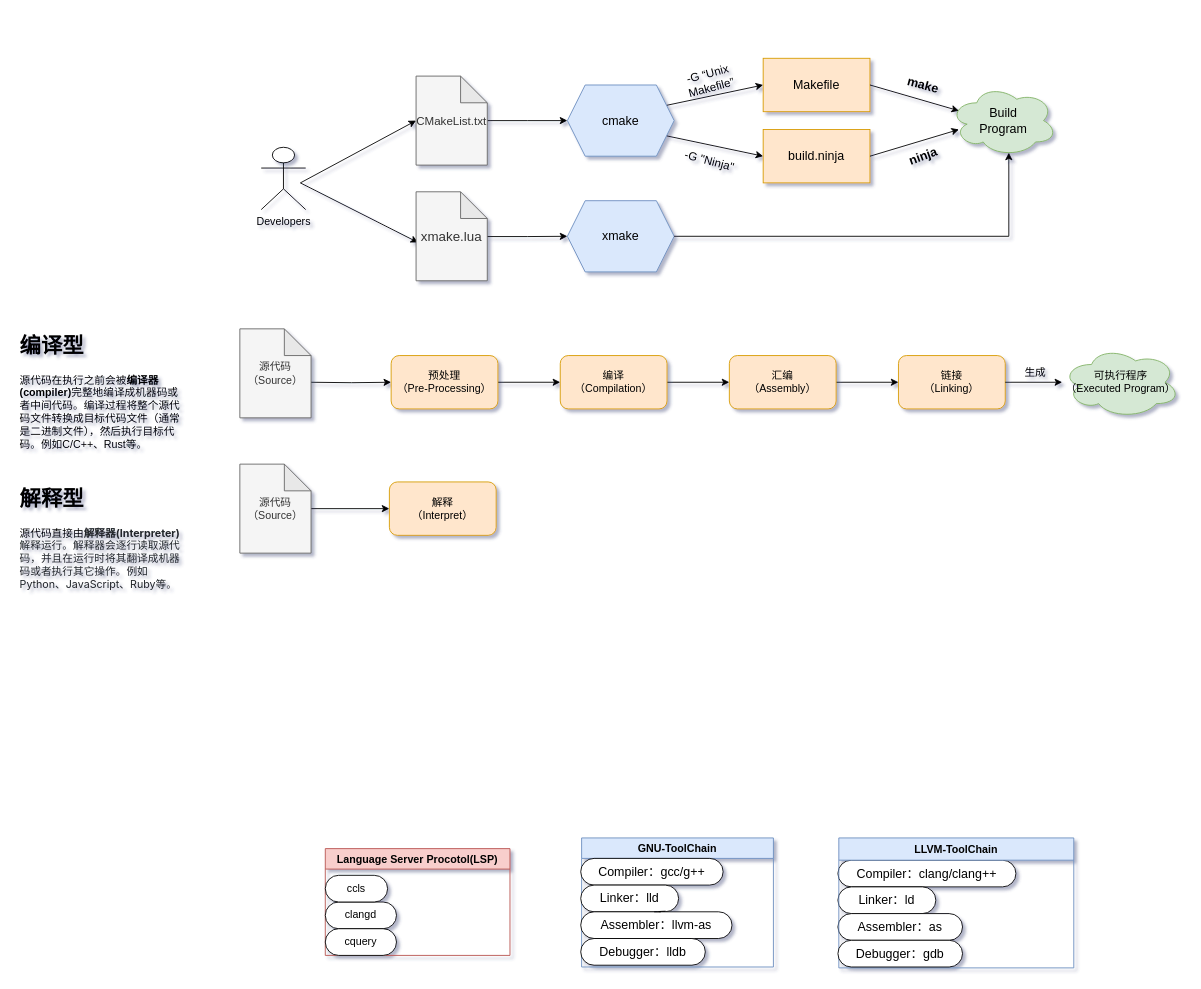
Sstmtz/draw.io- keeps this draw.io diagram as page "第 1 页" (1 of 2) of Java/temp.drawio. Above is the earlier version. Source tidied: cells renumbered, new cells numbered last; positions are measured from the earlier drawing's top-left corner, leaving out a move shared by most shapes. Both pictures are drawn from the tidied source at 89%, with x=0, y=0 at pixel (15, 58).
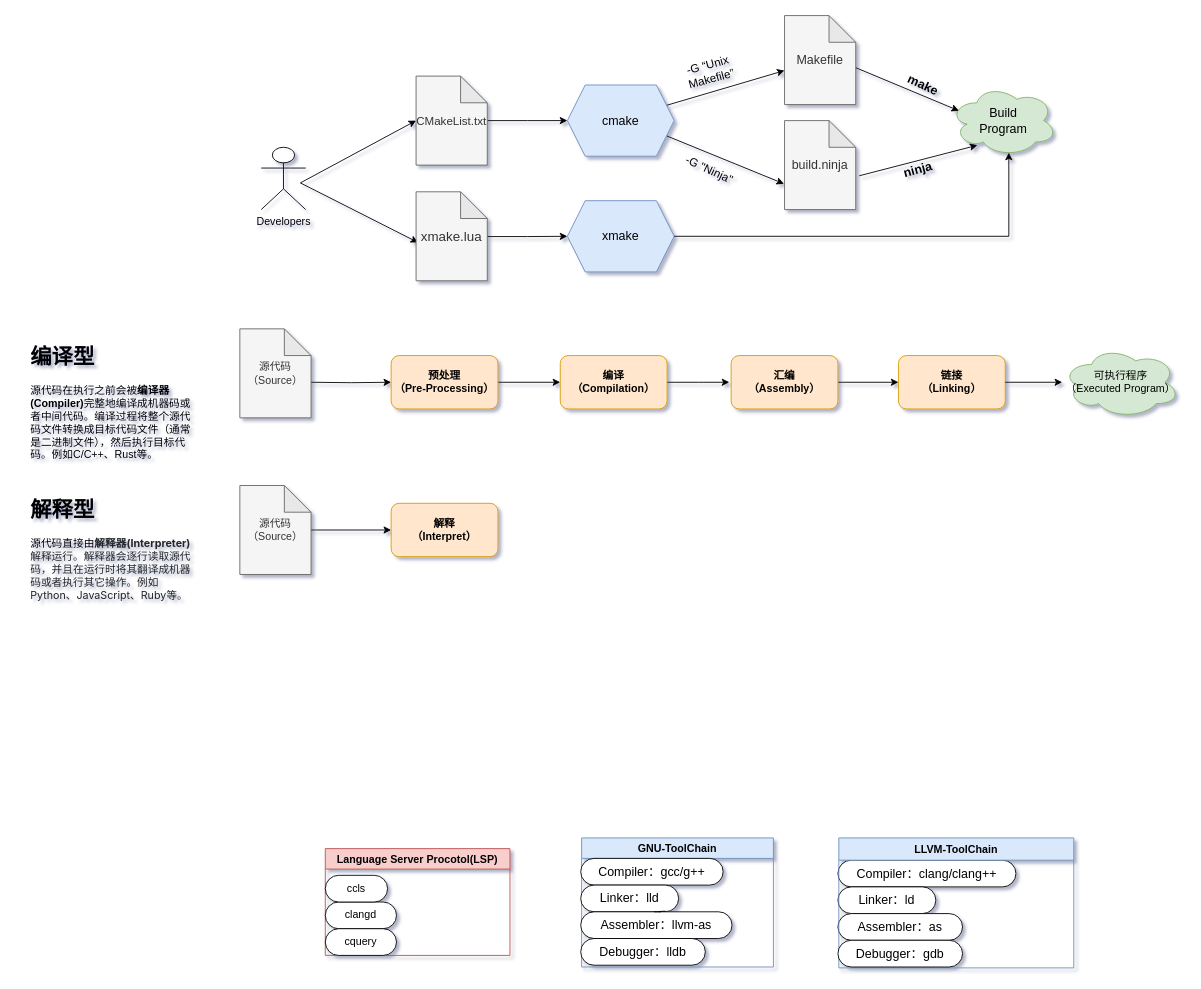
The same diagram, later.

Unchanged cells that the change refers to:
```xml
<mxCell id="14" value="&lt;font style=&quot;font-size: 14px;&quot;&gt;cmake&lt;/font&gt;" style="shape=hexagon;perimeter=hexagonPerimeter2;whiteSpace=wrap;html=1;fixedSize=1;fillColor=#dae8fc;strokeColor=#6c8ebf;" parent="1" vertex="1">
  <mxGeometry x="620" y="30" width="120" height="80" as="geometry" />
</mxCell>
<mxCell id="16" value="&lt;font style=&quot;font-size: 14px;&quot;&gt;Build&lt;br&gt;Program&lt;/font&gt;" style="ellipse;shape=cloud;whiteSpace=wrap;html=1;fillColor=#d5e8d4;strokeColor=#82b366;" parent="1" vertex="1">
  <mxGeometry x="1050" y="30" width="120" height="80" as="geometry" />
</mxCell>
```

Diff of the diagram source:
```diff
@@
-    <mxCell id="2" value="&lt;font style=&quot;font-size: 14px;&quot;&gt;Makefile&lt;/font&gt;" style="rounded=0;whiteSpace=wrap;html=1;fillColor=#ffe6cc;strokeColor=#d79b00;" parent="1" vertex="1">
-      <mxGeometry x="840" width="120" height="60" as="geometry" />
-    </mxCell>
-    <mxCell id="3" style="endArrow=classic;html=1;rounded=0;entryX=0;entryY=0.5;entryDx=0;entryDy=0;exitX=1;exitY=0.25;exitDx=0;exitDy=0;" parent="1" edge="1" source="14" target="2">
+    <mxCell id="3" style="endArrow=classic;html=1;rounded=0;exitX=1;exitY=0.25;exitDx=0;exitDy=0;" parent="1" edge="1" source="14" target="2">
       <mxGeometry relative="1" as="geometry" />
     </mxCell>
-    <mxCell id="4" style="endArrow=classic;html=1;rounded=0;entryX=0;entryY=0.5;entryDx=0;entryDy=0;exitX=1;exitY=0.75;exitDx=0;exitDy=0;" parent="1" edge="1" source="14" target="5">
+    <mxCell id="4" style="endArrow=classic;html=1;rounded=0;entryX=-0.008;entryY=0.71;entryDx=0;entryDy=0;exitX=1;exitY=0.75;exitDx=0;exitDy=0;entryPerimeter=0;" parent="1" edge="1" source="14" target="5">
       <mxGeometry relative="1" as="geometry" />
     </mxCell>
-    <mxCell id="5" value="&lt;font style=&quot;font-size: 14px;&quot;&gt;build.ninja&lt;/font&gt;" style="rounded=0;whiteSpace=wrap;html=1;fillColor=#ffe6cc;strokeColor=#d79b00;" parent="1" vertex="1">
-      <mxGeometry x="840" y="80" width="120" height="60" as="geometry" />
-    </mxCell>
     <mxCell id="6" value="-G “Unix Makefile”" style="text;html=1;strokeColor=none;fillColor=none;align=center;verticalAlign=middle;whiteSpace=wrap;rounded=0;rotation=-15;fontSize=13;" parent="1" vertex="1">
-      <mxGeometry x="745" y="10" width="70" height="30" as="geometry" />
+      <mxGeometry x="745" width="70" height="30" as="geometry" />
     </mxCell>
-    <mxCell id="7" value="-G &quot;Ninja&quot;" style="text;html=1;strokeColor=none;fillColor=none;align=center;verticalAlign=middle;whiteSpace=wrap;rounded=0;rotation=15;fontSize=13;" parent="1" vertex="1">
-      <mxGeometry x="750" y="100" width="60" height="30" as="geometry" />
+    <mxCell id="7" value="-G &quot;Ninja&quot;" style="text;html=1;strokeColor=none;fillColor=none;align=center;verticalAlign=middle;whiteSpace=wrap;rounded=0;rotation=25;fontSize=13;" parent="1" vertex="1">
+      <mxGeometry x="750" y="110" width="60" height="30" as="geometry" />
     </mxCell>
-    <mxCell id="8" style="endArrow=classic;html=1;rounded=0;exitX=1;exitY=0.5;exitDx=0;exitDy=0;" parent="1" edge="1" source="2">
+    <mxCell id="8" style="endArrow=classic;html=1;rounded=0;exitX=0.975;exitY=0.577;exitDx=0;exitDy=0;exitPerimeter=0;" parent="1" edge="1" source="2">
       <mxGeometry relative="1" as="geometry">
         <mxPoint x="1060" y="59" as="targetPoint" />
       </mxGeometry>
     </mxCell>
-    <mxCell id="9" style="endArrow=classic;html=1;rounded=0;exitX=1;exitY=0.5;exitDx=0;exitDy=0;" parent="1" edge="1" source="5">
+    <mxCell id="9" style="endArrow=classic;html=1;rounded=0;entryX=0.256;entryY=0.846;entryDx=0;entryDy=0;entryPerimeter=0;" parent="1" edge="1" target="16">
       <mxGeometry relative="1" as="geometry">
-        <mxPoint x="1060" y="80" as="targetPoint" />
+        <mxPoint x="948" y="132" as="sourcePoint" />
       </mxGeometry>
     </mxCell>
-    <mxCell id="10" value="&lt;b&gt;&lt;font style=&quot;font-size: 14px;&quot;&gt;make&lt;/font&gt;&lt;/b&gt;" style="text;html=1;strokeColor=none;fillColor=none;align=center;verticalAlign=middle;whiteSpace=wrap;rounded=0;rotation=15;" parent="1" vertex="1">
+    <mxCell id="10" value="&lt;b&gt;&lt;font style=&quot;font-size: 14px;&quot;&gt;make&lt;/font&gt;&lt;/b&gt;" style="text;html=1;strokeColor=none;fillColor=none;align=center;verticalAlign=middle;whiteSpace=wrap;rounded=0;rotation=25;" parent="1" vertex="1">
       <mxGeometry x="990" y="15" width="60" height="30" as="geometry" />
     </mxCell>
-    <mxCell id="11" value="&lt;b style=&quot;font-size: 14px;&quot;&gt;ninja&lt;/b&gt;" style="text;html=1;strokeColor=none;fillColor=none;align=center;verticalAlign=middle;whiteSpace=wrap;rounded=0;rotation=-20;fontSize=14;" parent="1" vertex="1">
-      <mxGeometry x="990" y="95" width="60" height="30" as="geometry" />
+    <mxCell id="11" value="&lt;b style=&quot;font-size: 14px;&quot;&gt;ninja&lt;/b&gt;" style="text;html=1;strokeColor=none;fillColor=none;align=center;verticalAlign=middle;whiteSpace=wrap;rounded=0;rotation=-15;fontSize=14;" parent="1" vertex="1">
+      <mxGeometry x="984" y="110" width="60" height="30" as="geometry" />
     </mxCell>
@@
-    <mxCell id="35" value="预处理&lt;br&gt;（Pre-Processing）" style="rounded=1;whiteSpace=wrap;html=1;fillColor=#ffe6cc;strokeColor=#d79b00;gradientColor=none;" parent="1" vertex="1">
+    <mxCell id="35" value="&lt;b&gt;预处理&lt;br&gt;（Pre-Processing）&lt;/b&gt;" style="rounded=1;whiteSpace=wrap;html=1;fillColor=#ffe6cc;strokeColor=#d79b00;gradientColor=none;" parent="1" vertex="1">
       <mxGeometry x="422" y="334" width="120" height="60" as="geometry" />
     </mxCell>
-    <mxCell id="36" style="edgeStyle=orthogonalEdgeStyle;rounded=0;jettySize=auto;html=1;" parent="1" edge="1" source="37" target="50">
-      <mxGeometry relative="1" as="geometry" />
+    <mxCell id="36" style="edgeStyle=orthogonalEdgeStyle;rounded=0;jettySize=auto;html=1;" parent="1" edge="1" source="37">
+      <mxGeometry relative="1" as="geometry">
+        <mxPoint x="802" y="364" as="targetPoint" />
+      </mxGeometry>
     </mxCell>
-    <mxCell id="37" value="编译&lt;br&gt;（Compilation）" style="rounded=1;whiteSpace=wrap;html=1;fillColor=#ffe6cc;strokeColor=#d79b00;" parent="1" vertex="1">
+    <mxCell id="37" value="&lt;b&gt;编译&lt;br&gt;（Compilation）&lt;/b&gt;" style="rounded=1;whiteSpace=wrap;html=1;fillColor=#ffe6cc;strokeColor=#d79b00;" parent="1" vertex="1">
       <mxGeometry x="612" y="334" width="120" height="60" as="geometry" />
     </mxCell>
-    <mxCell id="38" value="链接&lt;br&gt;（Linking）" style="rounded=1;whiteSpace=wrap;html=1;fillColor=#ffe6cc;strokeColor=#d79b00;" parent="1" vertex="1">
+    <mxCell id="38" value="&lt;b&gt;链接&lt;br&gt;（Linking）&lt;/b&gt;" style="rounded=1;whiteSpace=wrap;html=1;fillColor=#ffe6cc;strokeColor=#d79b00;" parent="1" vertex="1">
       <mxGeometry x="992" y="334" width="120" height="60" as="geometry" />
     </mxCell>
@@
-    <mxCell id="48" parent="0" />
-    <mxCell id="49" style="edgeStyle=orthogonalEdgeStyle;rounded=0;jettySize=auto;html=1;exitX=1;exitY=0.5;exitDx=0;exitDy=0;entryX=0;entryY=0.5;entryDx=0;entryDy=0;" parent="48" edge="1" source="50" target="38">
-      <mxGeometry relative="1" as="geometry" />
-    </mxCell>
-    <mxCell id="50" value="汇编&lt;br&gt;（Assembly）" style="rounded=1;whiteSpace=wrap;html=1;fillColor=#ffe6cc;strokeColor=#d79b00;" parent="48" vertex="1">
-      <mxGeometry x="802" y="334" width="120" height="60" as="geometry" />
-    </mxCell>
+    <mxCell id="57" value="&lt;h1&gt;编译型&lt;/h1&gt;&lt;p&gt;源代码在执行之前会被&lt;b&gt;编译器(Compiler)&lt;/b&gt;完整地编译成机器码或者中间代码。编译过程将整个源代码文件转换成目标代码文件（通常是二进制文件），然后执行目标代码。例如C/C++、Rust等。&lt;br&gt;&lt;/p&gt;" style="text;html=1;strokeColor=none;fillColor=none;spacing=5;spacingTop=-20;whiteSpace=wrap;overflow=hidden;rounded=0;" parent="1" vertex="1">
+      <mxGeometry x="12" y="316" width="192" height="140" as="geometry" />
+    </mxCell>
+    <mxCell id="55" value="&lt;h1&gt;解释型&lt;/h1&gt;&lt;p style=&quot;&quot;&gt;源代码直接由&lt;span style=&quot;box-sizing: border-box; font-weight: bolder; color: rgb(33, 37, 41); font-family: -apple-system, BlinkMacSystemFont, &amp;quot;Segoe UI&amp;quot;, Roboto, &amp;quot;Helvetica Neue&amp;quot;, Arial, &amp;quot;Noto Sans&amp;quot;, &amp;quot;Liberation Sans&amp;quot;, sans-serif, &amp;quot;Apple Color Emoji&amp;quot;, &amp;quot;Segoe UI Emoji&amp;quot;, &amp;quot;Segoe UI Symbol&amp;quot;, &amp;quot;Noto Color Emoji&amp;quot;;&quot;&gt;解释器(Interpreter)&lt;/span&gt;&lt;span style=&quot;color: rgb(33, 37, 41); font-family: -apple-system, BlinkMacSystemFont, &amp;quot;Segoe UI&amp;quot;, Roboto, &amp;quot;Helvetica Neue&amp;quot;, Arial, &amp;quot;Noto Sans&amp;quot;, &amp;quot;Liberation Sans&amp;quot;, sans-serif, &amp;quot;Apple Color Emoji&amp;quot;, &amp;quot;Segoe UI Emoji&amp;quot;, &amp;quot;Segoe UI Symbol&amp;quot;, &amp;quot;Noto Color Emoji&amp;quot;;&quot;&gt;解释运行。解释器会逐行读取源代码，并且在运行时将其翻译成机器码或者执行其它操作。例如Python、JavaScript、Ruby等。&lt;/span&gt;&lt;/p&gt;" style="text;html=1;strokeColor=none;fillColor=none;spacing=5;spacingTop=-20;whiteSpace=wrap;overflow=hidden;rounded=0;" parent="1" vertex="1">
+      <mxGeometry x="12" y="488" width="192" height="136" as="geometry" />
+    </mxCell>
-    <mxCell id="51" style="edgeStyle=orthogonalEdgeStyle;rounded=0;jettySize=auto;html=1;" parent="48" edge="1" source="52" target="53">
+    <mxCell id="51" style="edgeStyle=orthogonalEdgeStyle;rounded=0;jettySize=auto;html=1;" parent="1" edge="1" source="52" target="53">
       <mxGeometry relative="1" as="geometry" />
     </mxCell>
-    <mxCell id="52" value="源代码&lt;br&gt;（Source）" style="shape=note;whiteSpace=wrap;html=1;backgroundOutline=1;darkOpacity=0.05;fillColor=#f5f5f5;fontColor=#333333;strokeColor=#666666;" parent="48" vertex="1">
-      <mxGeometry x="252" y="456" width="80" height="100" as="geometry" />
+    <mxCell id="52" value="源代码&lt;br&gt;（Source）" style="shape=note;whiteSpace=wrap;html=1;backgroundOutline=1;darkOpacity=0.05;fillColor=#f5f5f5;fontColor=#333333;strokeColor=#666666;" parent="1" vertex="1">
+      <mxGeometry x="252" y="480" width="80" height="100" as="geometry" />
     </mxCell>
-    <mxCell id="53" value="解释&lt;br&gt;（Interpret）" style="whiteSpace=wrap;html=1;rounded=1;fillColor=#ffe6cc;strokeColor=#d79b00;" parent="48" vertex="1">
-      <mxGeometry x="420" y="476" width="120" height="60" as="geometry" />
+    <mxCell id="53" value="&lt;b&gt;解释&lt;br&gt;（Interpret）&lt;/b&gt;" style="whiteSpace=wrap;html=1;fillColor=#ffe6cc;strokeColor=#d79b00;rounded=1;" parent="1" vertex="1">
+      <mxGeometry x="422" y="500" width="120" height="60" as="geometry" />
     </mxCell>
-    <mxCell id="54" value="&lt;h1&gt;编译型&lt;/h1&gt;&lt;p&gt;源代码在执行之前会被&lt;b&gt;编译器(compiler)&lt;/b&gt;完整地编译成机器码或者中间代码。编译过程将整个源代码文件转换成目标代码文件（通常是二进制文件），然后执行目标代码。例如C/C++、Rust等。&lt;br&gt;&lt;/p&gt;" style="text;html=1;strokeColor=none;fillColor=none;spacing=5;spacingTop=-20;whiteSpace=wrap;overflow=hidden;rounded=0;" parent="48" vertex="1">
-      <mxGeometry y="304" width="192" height="140" as="geometry" />
-    </mxCell>
-    <mxCell id="55" value="&lt;h1&gt;解释型&lt;/h1&gt;&lt;p style=&quot;&quot;&gt;源代码直接由&lt;span style=&quot;box-sizing: border-box; font-weight: bolder; color: rgb(33, 37, 41); font-family: -apple-system, BlinkMacSystemFont, &amp;quot;Segoe UI&amp;quot;, Roboto, &amp;quot;Helvetica Neue&amp;quot;, Arial, &amp;quot;Noto Sans&amp;quot;, &amp;quot;Liberation Sans&amp;quot;, sans-serif, &amp;quot;Apple Color Emoji&amp;quot;, &amp;quot;Segoe UI Emoji&amp;quot;, &amp;quot;Segoe UI Symbol&amp;quot;, &amp;quot;Noto Color Emoji&amp;quot;;&quot;&gt;解释器(Interpreter)&lt;/span&gt;&lt;span style=&quot;color: rgb(33, 37, 41); font-family: -apple-system, BlinkMacSystemFont, &amp;quot;Segoe UI&amp;quot;, Roboto, &amp;quot;Helvetica Neue&amp;quot;, Arial, &amp;quot;Noto Sans&amp;quot;, &amp;quot;Liberation Sans&amp;quot;, sans-serif, &amp;quot;Apple Color Emoji&amp;quot;, &amp;quot;Segoe UI Emoji&amp;quot;, &amp;quot;Segoe UI Symbol&amp;quot;, &amp;quot;Noto Color Emoji&amp;quot;;&quot;&gt;解释运行。解释器会逐行读取源代码，并且在运行时将其翻译成机器码或者执行其它操作。例如Python、JavaScript、Ruby等。&lt;/span&gt;&lt;/p&gt;" style="text;html=1;strokeColor=none;fillColor=none;spacing=5;spacingTop=-20;whiteSpace=wrap;overflow=hidden;rounded=0;" parent="48" vertex="1">
-      <mxGeometry y="476" width="192" height="136" as="geometry" />
-    </mxCell>
-    <mxCell id="56" value="生成" style="text;html=1;strokeColor=none;fillColor=none;align=center;verticalAlign=middle;whiteSpace=wrap;rounded=0;" parent="48" vertex="1">
-      <mxGeometry x="1116" y="339" width="60" height="30" as="geometry" />
-    </mxCell>
+    <mxCell id="49" style="edgeStyle=orthogonalEdgeStyle;rounded=0;jettySize=auto;html=1;exitX=1;exitY=0.5;exitDx=0;exitDy=0;entryX=0;entryY=0.5;entryDx=0;entryDy=0;" parent="1" edge="1" source="50" target="38">
+      <mxGeometry relative="1" as="geometry" />
+    </mxCell>
+    <mxCell id="50" value="&lt;b&gt;汇编&lt;br&gt;（Assembly）&lt;/b&gt;" style="rounded=1;whiteSpace=wrap;html=1;fillColor=#ffe6cc;strokeColor=#d79b00;" parent="1" vertex="1">
+      <mxGeometry x="804" y="334" width="120" height="60" as="geometry" />
+    </mxCell>
+    <mxCell id="2" value="&lt;font style=&quot;font-size: 14px;&quot;&gt;Makefile&lt;/font&gt;" style="shape=note;whiteSpace=wrap;html=1;backgroundOutline=1;darkOpacity=0.05;fillColor=#f5f5f5;strokeColor=#666666;fontColor=#333333;" parent="1" vertex="1">
+      <mxGeometry x="864" y="-48" width="80" height="100" as="geometry" />
+    </mxCell>
+    <mxCell id="5" value="&lt;font style=&quot;font-size: 14px;&quot;&gt;build.ninja&lt;/font&gt;" style="shape=note;whiteSpace=wrap;html=1;backgroundOutline=1;darkOpacity=0.05;fillColor=#f5f5f5;strokeColor=#666666;fontColor=#333333;" parent="1" vertex="1">
+      <mxGeometry x="864" y="70" width="80" height="100" as="geometry" />
+    </mxCell>
```
